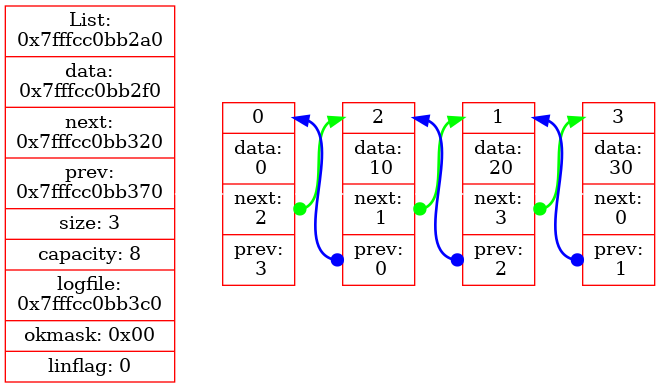
Above: Graph_Dump.png in LegendaryHog/List (Graphviz), before the change. Its source is kept beside it as graph_dump.dot.
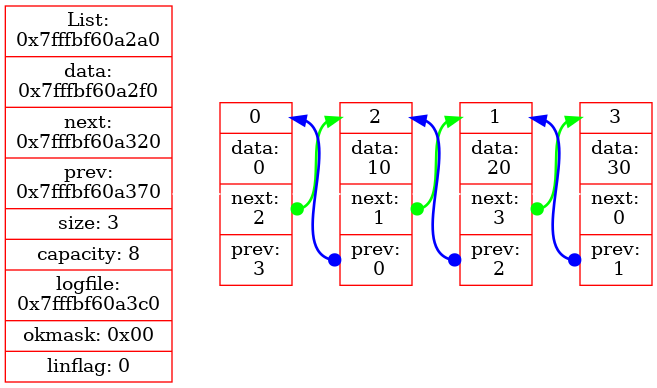
Later version of the same file.

What changed in the source:
```diff
@@ -1,7 +1,7 @@
 digraph G{
 	rankdir=LR;
 	node[color="red",shape=record];
-	LIST [label="List:\n0x7fffcc0bb2a0 | data:\n0x7fffcc0bb2f0 | next:\n0x7fffcc0bb320 | prev:\n0x7fffcc0bb370 | size: 3 | capacity: 8 | logfile:\n0x7fffcc0bb3c0 | okmask: 0x00 | linflag: 0 "];
+	LIST [label="List:\n0x7fffbf60a2a0 | data:\n0x7fffbf60a2f0 | next:\n0x7fffbf60a320 | prev:\n0x7fffbf60a370 | size: 3 | capacity: 8 | logfile:\n0x7fffbf60a3c0 | okmask: 0x00 | linflag: 0 "];
 	NODE0 [label=" <elem0> 0 | data:\n 0 | <next0>  next:\n 2 | <prev0> prev:\n 3 "];
 	NODE1 [label=" <elem1> 2 | data:\n 10 | <next1>  next:\n 1 | <prev1> prev:\n 0 "];
 	NODE2 [label=" <elem2> 1 | data:\n 20 | <next2>  next:\n 3 | <prev2> prev:\n 2 "];
```
